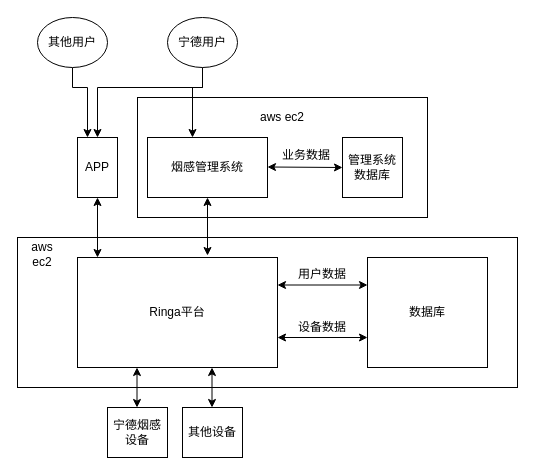
Earlier version of the draw.io diagram 宁德时代方案.drawio (DcBunny/experience-summary). Source tidied: cells renumbered, new cells numbered last; positions are measured from the earlier drawing's top-left corner, leaving out a move shared by most shapes. Both pictures are drawn from the tidied source at 100%, with x=0, y=0 at pixel (17, 17).
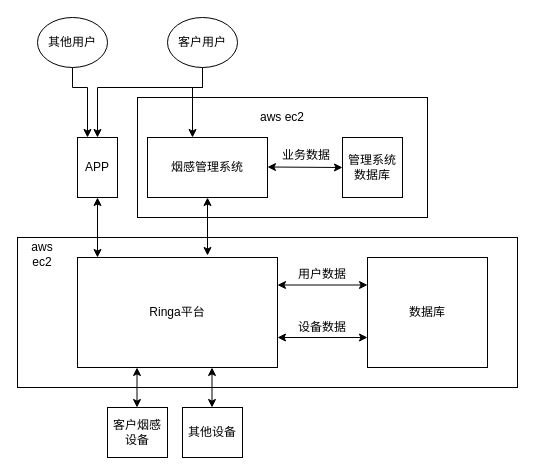
The same diagram, later.

Commit message (it also covers changes not shown here):
Update 宁德时代方案.drawio

The edit, as a diff of the source:
```diff
@@
-    <mxCell id="8" value="宁德烟感设备" style="rounded=0;whiteSpace=wrap;html=1;" parent="1" vertex="1">
+    <mxCell id="8" value="客户烟感设备" style="rounded=0;whiteSpace=wrap;html=1;" parent="1" vertex="1">
       <mxGeometry x="90" y="390" width="60" height="50" as="geometry" />
     </mxCell>
@@
-    <mxCell id="12" value="宁德用户" style="ellipse;whiteSpace=wrap;html=1;" parent="1" vertex="1">
+    <mxCell id="12" value="客户用户" style="ellipse;whiteSpace=wrap;html=1;" parent="1" vertex="1">
       <mxGeometry x="150" width="70" height="50" as="geometry" />
     </mxCell>
```
